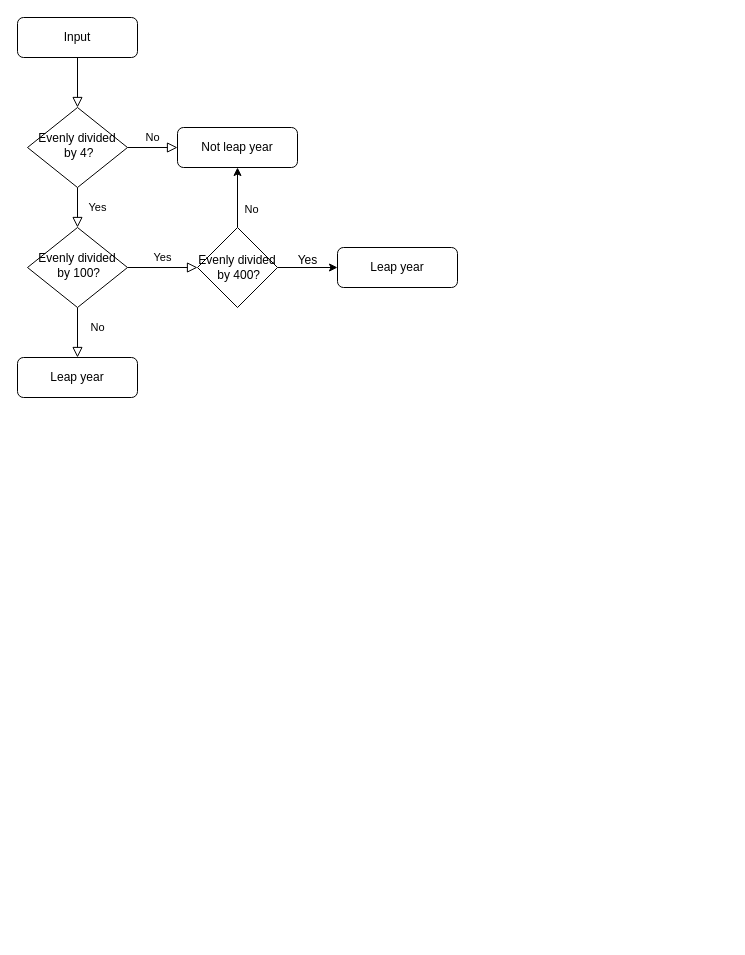
The draw.io diagram Untitled Diagram.drawio in H1brian/logicflowchart, before the edit. Source tidied: cells renumbered, new cells numbered last; positions are measured from the earlier drawing's top-left corner, leaving out a move shared by most shapes. Both pictures are drawn from the tidied source at 100%, with x=0, y=0 at pixel (17, 17).
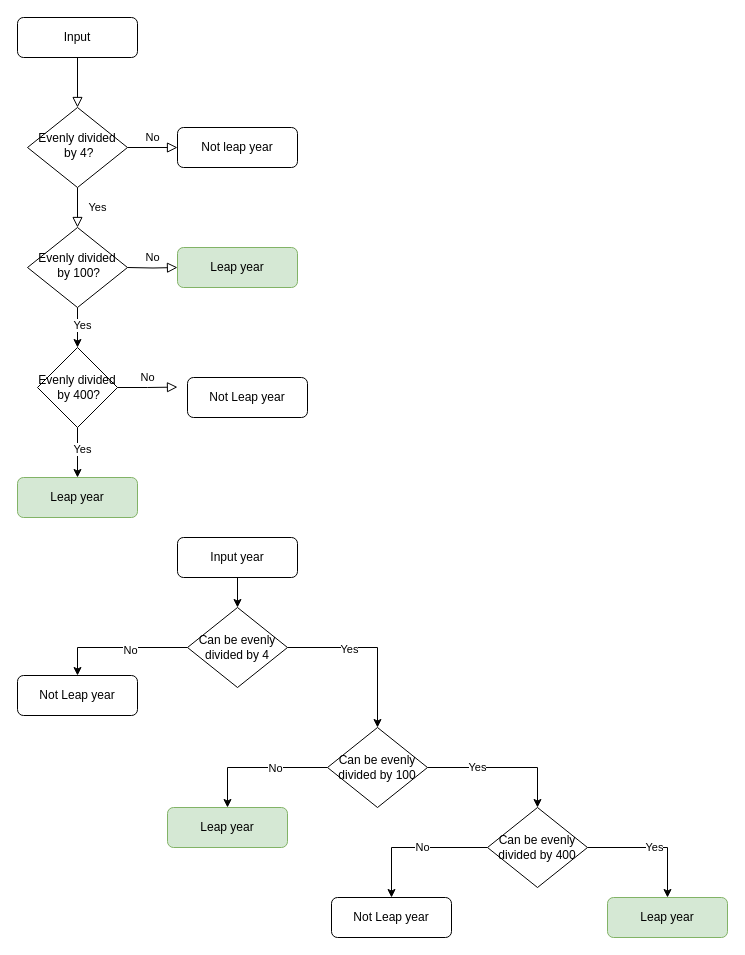
The same page after the edit.

The change refers to these unchanged cells:
```xml
<mxCell id="7" value="Not leap year" style="rounded=1;whiteSpace=wrap;html=1;fontSize=12;glass=0;strokeWidth=1;shadow=0;" parent="1" vertex="1">
  <mxGeometry x="160" y="110" width="120" height="40" as="geometry" />
</mxCell>
<mxCell id="10" value="Evenly divided&lt;br style=&quot;border-color: var(--border-color);&quot;&gt;&amp;nbsp;by 100?" style="rhombus;whiteSpace=wrap;html=1;shadow=0;fontFamily=Helvetica;fontSize=12;align=center;strokeWidth=1;spacing=6;spacingTop=-4;" parent="1" vertex="1">
  <mxGeometry x="10" y="210" width="100" height="80" as="geometry" />
</mxCell>
```

The edit, as a diff of the source:
```diff
@@
-    <mxCell id="8" value="No" style="rounded=0;html=1;jettySize=auto;fontSize=11;endArrow=block;endFill=0;endSize=8;strokeWidth=1;shadow=0;labelBackgroundColor=none;edgeStyle=orthogonalEdgeStyle;entryX=0.5;entryY=0;entryDx=0;entryDy=0;" parent="1" edge="1" source="10" target="17">
-      <mxGeometry x="-0.2" y="20" relative="1" as="geometry" />
-    </mxCell>
-    <mxCell id="9" value="Yes" style="edgeStyle=orthogonalEdgeStyle;rounded=0;html=1;jettySize=auto;fontSize=11;endArrow=block;endFill=0;endSize=8;strokeWidth=1;shadow=0;labelBackgroundColor=none;entryX=0;entryY=0.5;entryDx=0;entryDy=0;" parent="1" edge="1" source="10" target="15">
-      <mxGeometry y="10" relative="1" as="geometry" />
+    <mxCell id="9" style="edgeStyle=orthogonalEdgeStyle;rounded=0;jettySize=auto;html=1;exitX=0.5;exitY=1;exitDx=0;exitDy=0;entryX=0.5;entryY=0;entryDx=0;entryDy=0;" parent="1" edge="1" source="10" target="15">
+      <mxGeometry relative="1" as="geometry" />
     </mxCell>
+    <mxCell id="18" value="Yes" style="edgeLabel;html=1;align=center;verticalAlign=middle;" parent="9" vertex="1">
+      <mxGeometry x="-0.14" y="4" relative="1" as="geometry" />
+    </mxCell>
@@
-    <mxCell id="11" value="Leap year" style="rounded=1;whiteSpace=wrap;html=1;fontSize=12;glass=0;strokeWidth=1;shadow=0;" parent="1" vertex="1">
-      <mxGeometry x="320" y="230" width="120" height="40" as="geometry" />
+    <mxCell id="11" value="Leap year" style="rounded=1;whiteSpace=wrap;html=1;fontSize=12;glass=0;strokeWidth=1;shadow=0;fillColor=#d5e8d4;strokeColor=#82b366;" parent="1" vertex="1">
+      <mxGeometry y="460" width="120" height="40" as="geometry" />
     </mxCell>
-    <mxCell id="12" style="edgeStyle=orthogonalEdgeStyle;rounded=0;jettySize=auto;html=1;exitX=1;exitY=0.5;exitDx=0;exitDy=0;" parent="1" edge="1" source="15" target="11">
+    <mxCell id="12" style="edgeStyle=orthogonalEdgeStyle;rounded=0;jettySize=auto;html=1;exitX=0.5;exitY=1;exitDx=0;exitDy=0;entryX=0.5;entryY=0;entryDx=0;entryDy=0;" parent="1" edge="1" source="15" target="11">
       <mxGeometry relative="1" as="geometry" />
     </mxCell>
-    <mxCell id="13" style="edgeStyle=orthogonalEdgeStyle;rounded=0;jettySize=auto;html=1;exitX=0.5;exitY=0;exitDx=0;exitDy=0;entryX=0.5;entryY=1;entryDx=0;entryDy=0;" parent="1" edge="1" source="15" target="7">
-      <mxGeometry relative="1" as="geometry" />
-    </mxCell>
-    <mxCell id="14" value="No" style="edgeLabel;html=1;align=center;verticalAlign=middle;" parent="13" vertex="1">
-      <mxGeometry x="-0.08" relative="1" as="geometry">
-        <mxPoint x="13" y="9" as="offset" />
-      </mxGeometry>
-    </mxCell>
+    <mxCell id="19" value="Yes" style="edgeLabel;html=1;align=center;verticalAlign=middle;" parent="12" vertex="1">
+      <mxGeometry x="-0.18" y="4" relative="1" as="geometry" />
+    </mxCell>
     <mxCell id="15" value="Evenly divided&lt;br style=&quot;border-color: var(--border-color);&quot;&gt;&amp;nbsp;by 400?" style="rhombus;whiteSpace=wrap;html=1;" parent="1" vertex="1">
-      <mxGeometry x="180" y="210" width="80" height="80" as="geometry" />
+      <mxGeometry x="20" y="330" width="80" height="80" as="geometry" />
     </mxCell>
-    <mxCell id="16" value="Yes" style="text;html=1;align=center;verticalAlign=middle;strokeColor=none;fillColor=none;" parent="1" vertex="1">
-      <mxGeometry x="270" y="228" width="40" height="30" as="geometry" />
-    </mxCell>
-    <mxCell id="17" value="Leap year" style="rounded=1;whiteSpace=wrap;html=1;fontSize=12;glass=0;strokeWidth=1;shadow=0;" parent="1" vertex="1">
-      <mxGeometry y="340" width="120" height="40" as="geometry" />
+    <mxCell id="17" value="Not Leap year" style="rounded=1;whiteSpace=wrap;html=1;fontSize=12;glass=0;strokeWidth=1;shadow=0;" parent="1" vertex="1">
+      <mxGeometry y="658" width="120" height="40" as="geometry" />
     </mxCell>
+    <mxCell id="20" value="No" style="edgeStyle=orthogonalEdgeStyle;rounded=0;html=1;jettySize=auto;fontSize=11;endArrow=block;endFill=0;endSize=8;strokeWidth=1;shadow=0;labelBackgroundColor=none;" parent="1" edge="1" target="21">
+      <mxGeometry y="10" relative="1" as="geometry">
+        <mxPoint x="110" y="250" as="sourcePoint" />
+      </mxGeometry>
+    </mxCell>
+    <mxCell id="21" value="Leap year" style="rounded=1;whiteSpace=wrap;html=1;fontSize=12;glass=0;strokeWidth=1;shadow=0;fillColor=#d5e8d4;strokeColor=#82b366;" parent="1" vertex="1">
+      <mxGeometry x="160" y="230" width="120" height="40" as="geometry" />
+    </mxCell>
+    <mxCell id="22" value="No" style="edgeStyle=orthogonalEdgeStyle;rounded=0;html=1;jettySize=auto;fontSize=11;endArrow=block;endFill=0;endSize=8;strokeWidth=1;shadow=0;labelBackgroundColor=none;exitX=1;exitY=0.5;exitDx=0;exitDy=0;" parent="1" edge="1" source="15">
+      <mxGeometry y="10" relative="1" as="geometry">
+        <mxPoint x="160" y="369.6" as="targetPoint" />
+      </mxGeometry>
+    </mxCell>
+    <mxCell id="23" style="edgeStyle=orthogonalEdgeStyle;rounded=0;jettySize=auto;html=1;exitX=0.5;exitY=1;exitDx=0;exitDy=0;entryX=0.5;entryY=0;entryDx=0;entryDy=0;" parent="1" edge="1" source="24" target="29">
+      <mxGeometry relative="1" as="geometry" />
+    </mxCell>
+    <mxCell id="24" value="Input year" style="rounded=1;whiteSpace=wrap;html=1;" parent="1" vertex="1">
+      <mxGeometry x="160" y="520" width="120" height="40" as="geometry" />
+    </mxCell>
+    <mxCell id="25" style="edgeStyle=orthogonalEdgeStyle;rounded=0;jettySize=auto;html=1;exitX=0;exitY=0.5;exitDx=0;exitDy=0;entryX=0.5;entryY=0;entryDx=0;entryDy=0;" parent="1" edge="1" source="29" target="17">
+      <mxGeometry relative="1" as="geometry" />
+    </mxCell>
+    <mxCell id="26" value="No" style="edgeLabel;html=1;align=center;verticalAlign=middle;" parent="25" vertex="1">
+      <mxGeometry x="-0.16" y="2" relative="1" as="geometry" />
+    </mxCell>
+    <mxCell id="27" style="edgeStyle=orthogonalEdgeStyle;rounded=0;jettySize=auto;html=1;exitX=1;exitY=0.5;exitDx=0;exitDy=0;" parent="1" edge="1" source="29" target="35">
+      <mxGeometry relative="1" as="geometry" />
+    </mxCell>
+    <mxCell id="28" value="Yes" style="edgeLabel;html=1;align=center;verticalAlign=middle;" parent="27" vertex="1">
+      <mxGeometry x="-0.28" y="-1" relative="1" as="geometry" />
+    </mxCell>
+    <mxCell id="29" value="Can be evenly divided by 4" style="rhombus;whiteSpace=wrap;html=1;" parent="1" vertex="1">
+      <mxGeometry x="170" y="590" width="100" height="80" as="geometry" />
+    </mxCell>
+    <mxCell id="30" value="Not Leap year" style="rounded=1;whiteSpace=wrap;html=1;fontSize=12;glass=0;strokeWidth=1;shadow=0;" parent="1" vertex="1">
+      <mxGeometry x="170" y="360" width="120" height="40" as="geometry" />
+    </mxCell>
+    <mxCell id="31" style="edgeStyle=orthogonalEdgeStyle;rounded=0;jettySize=auto;html=1;exitX=1;exitY=0.5;exitDx=0;exitDy=0;entryX=0.5;entryY=0;entryDx=0;entryDy=0;" parent="1" edge="1" source="35" target="41">
+      <mxGeometry relative="1" as="geometry" />
+    </mxCell>
+    <mxCell id="32" value="Yes" style="edgeLabel;html=1;align=center;verticalAlign=middle;" parent="31" vertex="1">
+      <mxGeometry x="-0.35" y="1" relative="1" as="geometry" />
+    </mxCell>
+    <mxCell id="33" style="edgeStyle=orthogonalEdgeStyle;rounded=0;jettySize=auto;html=1;exitX=0;exitY=0.5;exitDx=0;exitDy=0;entryX=0.5;entryY=0;entryDx=0;entryDy=0;" parent="1" edge="1" source="35" target="36">
+      <mxGeometry relative="1" as="geometry" />
+    </mxCell>
+    <mxCell id="34" value="No" style="edgeLabel;html=1;align=center;verticalAlign=middle;" parent="33" vertex="1">
+      <mxGeometry x="-0.24" relative="1" as="geometry" />
+    </mxCell>
+    <mxCell id="35" value="Can be evenly divided by 100" style="rhombus;whiteSpace=wrap;html=1;" parent="1" vertex="1">
+      <mxGeometry x="310" y="710" width="100" height="80" as="geometry" />
+    </mxCell>
+    <mxCell id="36" value="Leap year" style="rounded=1;whiteSpace=wrap;html=1;fontSize=12;glass=0;strokeWidth=1;shadow=0;fillColor=#d5e8d4;strokeColor=#82b366;" parent="1" vertex="1">
+      <mxGeometry x="150" y="790" width="120" height="40" as="geometry" />
+    </mxCell>
+    <mxCell id="37" style="edgeStyle=orthogonalEdgeStyle;rounded=0;jettySize=auto;html=1;exitX=0;exitY=0.5;exitDx=0;exitDy=0;entryX=0.5;entryY=0;entryDx=0;entryDy=0;" parent="1" edge="1" source="41" target="42">
+      <mxGeometry relative="1" as="geometry" />
+    </mxCell>
+    <mxCell id="38" value="No" style="edgeLabel;html=1;align=center;verticalAlign=middle;" parent="37" vertex="1">
+      <mxGeometry x="-0.09" y="-1" relative="1" as="geometry" />
+    </mxCell>
+    <mxCell id="39" style="edgeStyle=orthogonalEdgeStyle;rounded=0;jettySize=auto;html=1;exitX=1;exitY=0.5;exitDx=0;exitDy=0;" parent="1" edge="1" source="41" target="43">
+      <mxGeometry relative="1" as="geometry" />
+    </mxCell>
+    <mxCell id="40" value="Yes" style="edgeLabel;html=1;align=center;verticalAlign=middle;" parent="39" vertex="1">
+      <mxGeometry x="0.02" y="1" relative="1" as="geometry" />
+    </mxCell>
+    <mxCell id="41" value="Can be evenly divided by 400" style="rhombus;whiteSpace=wrap;html=1;" parent="1" vertex="1">
+      <mxGeometry x="470" y="790" width="100" height="80" as="geometry" />
+    </mxCell>
+    <mxCell id="42" value="Not Leap year" style="rounded=1;whiteSpace=wrap;html=1;fontSize=12;glass=0;strokeWidth=1;shadow=0;" parent="1" vertex="1">
+      <mxGeometry x="314" y="880" width="120" height="40" as="geometry" />
+    </mxCell>
+    <mxCell id="43" value="Leap year" style="rounded=1;whiteSpace=wrap;html=1;fontSize=12;glass=0;strokeWidth=1;shadow=0;fillColor=#d5e8d4;strokeColor=#82b366;" parent="1" vertex="1">
+      <mxGeometry x="590" y="880" width="120" height="40" as="geometry" />
+    </mxCell>
```
